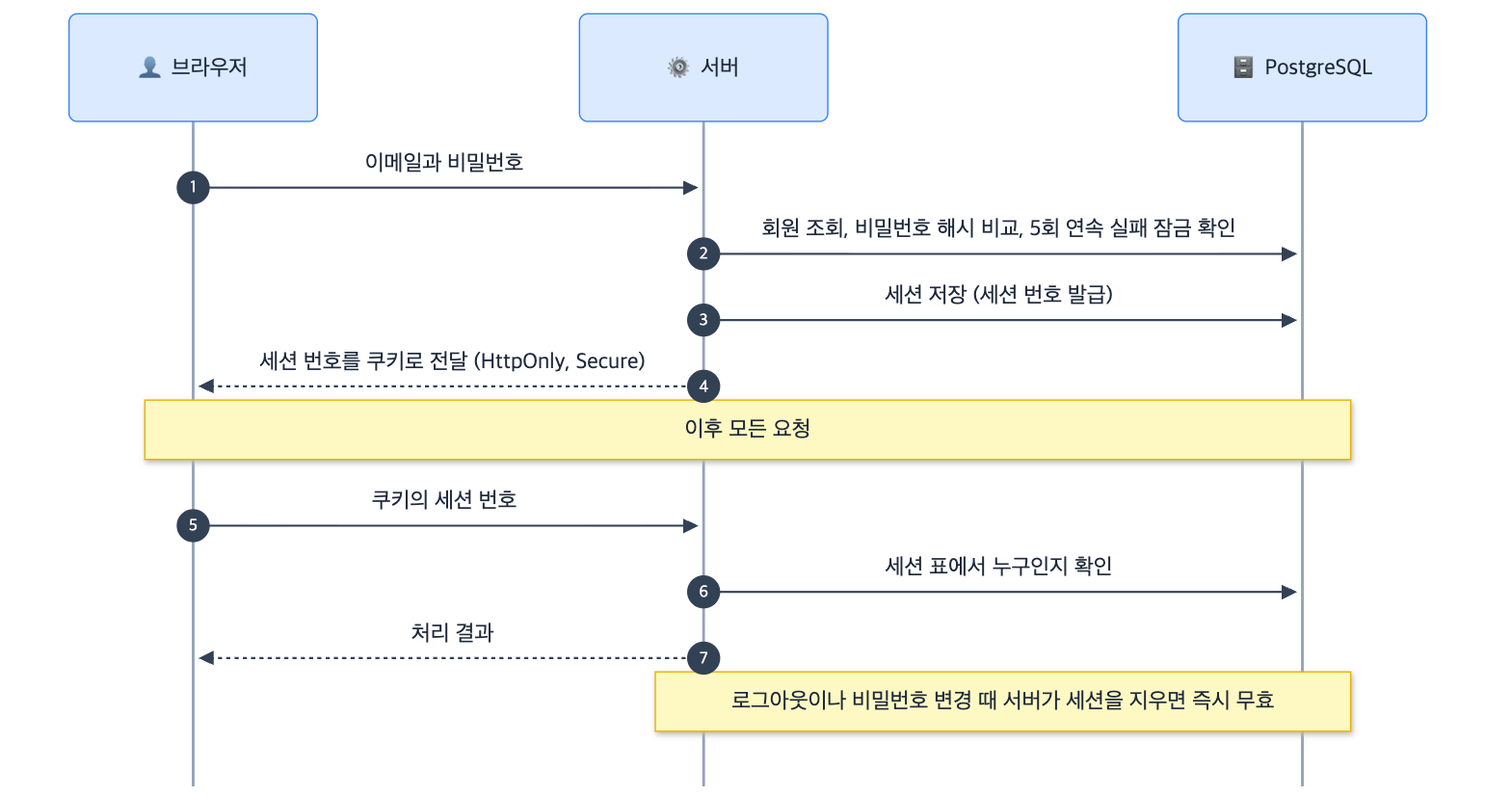
The Mermaid diagram docs/3-설계/그림/05-로그인과세션.png in home-blog/docs, before a commit. Its source is kept beside it as docs/3-설계/그림/원본/05-로그인과세션.mmd. The source it was exported from:
```mermaid
sequenceDiagram
  autonumber
  participant B as 👤 브라우저
  participant S as ⚙️ 서버
  participant D as 🗄️ PostgreSQL

  B->>S: 이메일과 비밀번호
  S->>D: 회원 조회, 비밀번호 해시 비교, 5회 연속 실패 잠금 확인
  S->>D: 세션 저장 (세션 번호 발급)
  S-->>B: 세션 번호를 쿠키로 전달 (HttpOnly, Secure)
  Note over B,D: 이후 모든 요청
  B->>S: 쿠키의 세션 번호
  S->>D: 세션 표에서 누구인지 확인
  S-->>B: 처리 결과
  Note over S,D: 로그아웃이나 비밀번호 변경 때 서버가 세션을 지우면 즉시 무효
```
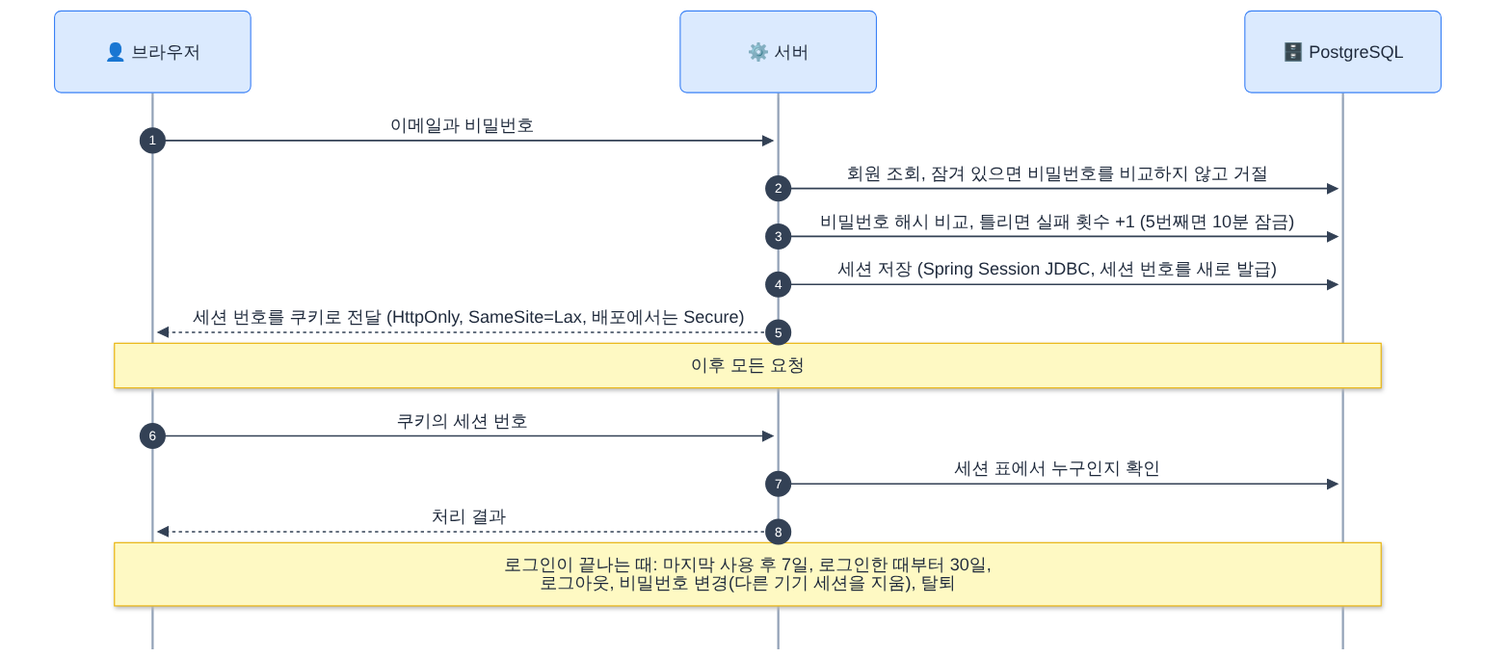
The same file after the commit.

Change to the diagram source:
```diff
@@ -5,11 +5,12 @@
   participant D as 🗄️ PostgreSQL
 
   B->>S: 이메일과 비밀번호
-  S->>D: 회원 조회, 비밀번호 해시 비교, 5회 연속 실패 잠금 확인
-  S->>D: 세션 저장 (세션 번호 발급)
-  S-->>B: 세션 번호를 쿠키로 전달 (HttpOnly, Secure)
+  S->>D: 회원 조회, 잠겨 있으면 비밀번호를 비교하지 않고 거절
+  S->>D: 비밀번호 해시 비교, 틀리면 실패 횟수 +1 (5번째면 10분 잠금)
+  S->>D: 세션 저장 (Spring Session JDBC, 세션 번호를 새로 발급)
+  S-->>B: 세션 번호를 쿠키로 전달 (HttpOnly, SameSite=Lax, 배포에서는 Secure)
   Note over B,D: 이후 모든 요청
   B->>S: 쿠키의 세션 번호
   S->>D: 세션 표에서 누구인지 확인
   S-->>B: 처리 결과
-  Note over S,D: 로그아웃이나 비밀번호 변경 때 서버가 세션을 지우면 즉시 무효
+  Note over B,D: 로그인이 끝나는 때: 마지막 사용 후 7일, 로그인한 때부터 30일,<br/>로그아웃, 비밀번호 변경(다른 기기 세션을 지움), 탈퇴
```
